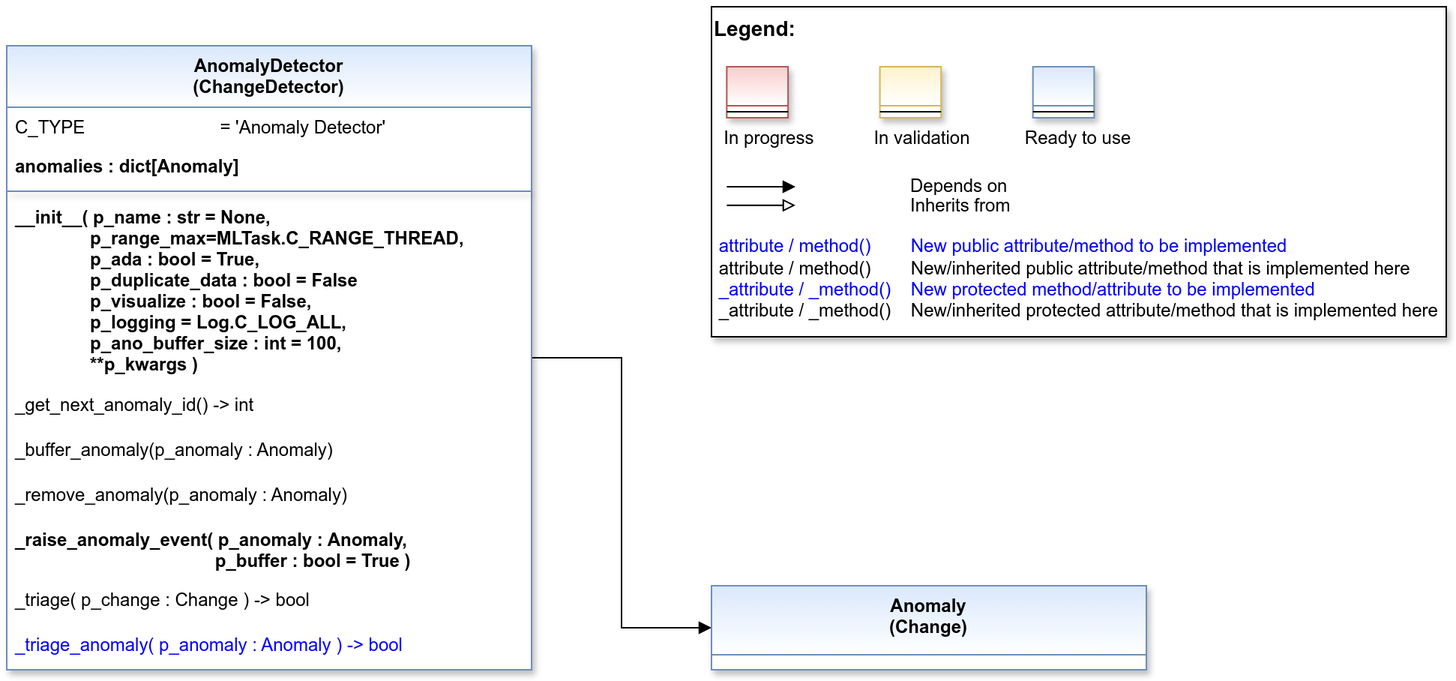
This is doc/rtd/content/99_appendices/appendix2/sub/mlpro_oa/streams/30_change_detection/10_anomaly_detection/images/MLPro-OA-Anomaly-Detectors_class_diagram.drawio.png from fhswf/MLPro, a draw.io export, as it was before one commit. Source tidied: cells renumbered, new cells last; positions are measured from the earlier drawing's top-left corner, leaving out a move shared by most shapes.
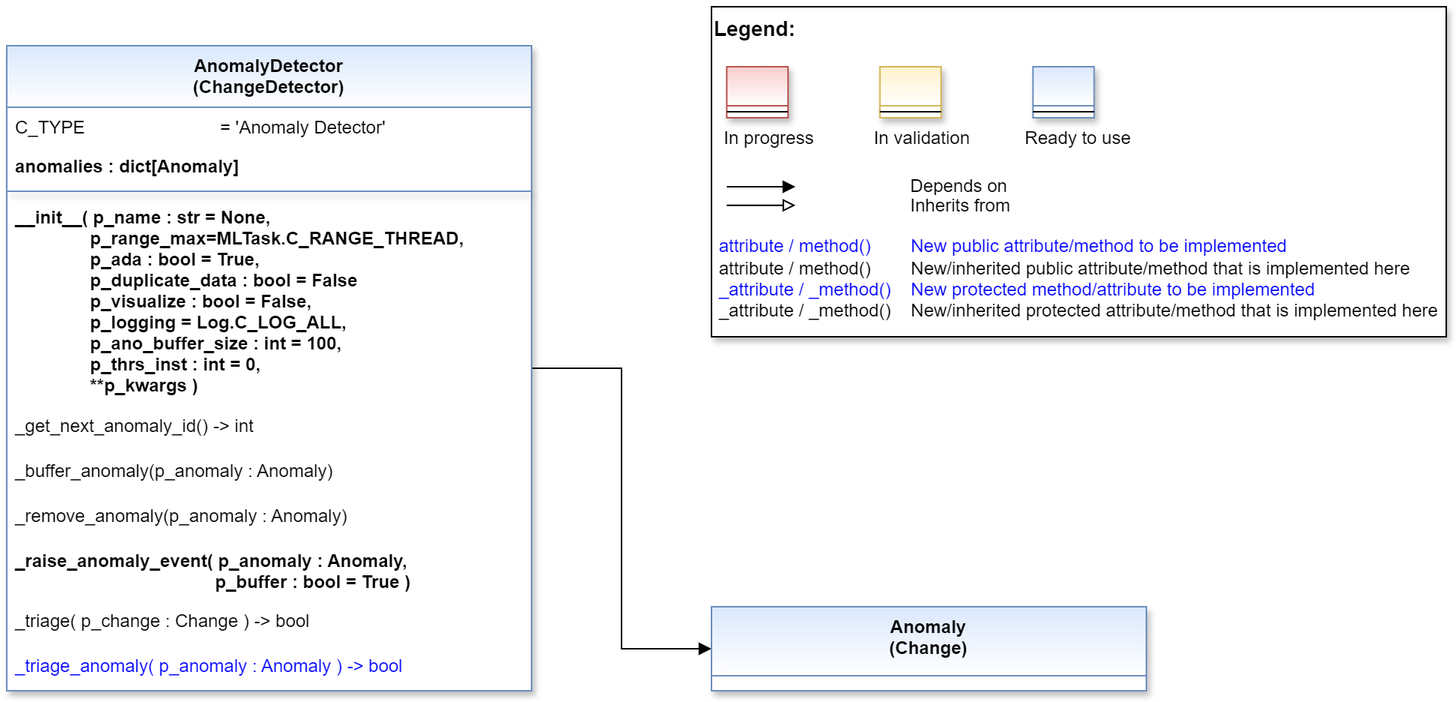
The same diagram one commit later.

Change to the diagram source:
```diff
@@ -47,7 +47,7 @@
       <mxGeometry relative="1" as="geometry" />
     </mxCell>
     <mxCell id="13" value="AnomalyDetector&#10;(ChangeDetector)" style="swimlane;align=center;verticalAlign=top;horizontal=1;startSize=41;rounded=0;shadow=1;strokeWidth=1;fillColor=#dae8fc;strokeColor=#6c8ebf;swimlaneFillColor=#ffffff;gradientColor=#FFFFFF;" parent="1" vertex="1">
-      <mxGeometry y="26" width="350" height="416" as="geometry" />
+      <mxGeometry y="26" width="350" height="430" as="geometry" />
     </mxCell>
     <mxCell id="14" value="C_TYPE                           = 'Anomaly Detector'" style="text;align=left;verticalAlign=top;spacingLeft=4;spacingRight=4;overflow=hidden;fontStyle=0;fontColor=default;" parent="13" vertex="1">
       <mxGeometry y="41" width="350" height="26" as="geometry" />
@@ -58,29 +58,29 @@
     <mxCell id="16" style="line;html=1;strokeWidth=1;align=center;verticalAlign=top;spacingTop=-1;spacingLeft=3;spacingRight=3;labelPosition=right;rounded=0;shadow=1;strokeColor=#6c8ebf;swimlaneFillColor=#ffffff;fontFamily=Helvetica;fontSize=12;fontColor=default;fontStyle=3;fillColor=#dae8fc;gradientColor=#ffffff;" parent="13" vertex="1">
       <mxGeometry y="93" width="350" height="8" as="geometry" />
     </mxCell>
-    <mxCell id="17" value="__init__( p_name : str = None,&#10;               p_range_max=MLTask.C_RANGE_THREAD,&#10;               p_ada : bool = True,&#10;               p_duplicate_data : bool = False&#10;               p_visualize : bool = False,&#10;               p_logging = Log.C_LOG_ALL,&#10;               p_ano_buffer_size : int = 100,&#10;               **p_kwargs )" style="text;align=left;verticalAlign=top;spacingLeft=4;spacingRight=4;overflow=hidden;fontStyle=1;" parent="13" vertex="1">
-      <mxGeometry y="101" width="350" height="125" as="geometry" />
+    <mxCell id="17" value="__init__( p_name : str = None,&#10;               p_range_max=MLTask.C_RANGE_THREAD,&#10;               p_ada : bool = True,&#10;               p_duplicate_data : bool = False&#10;               p_visualize : bool = False,&#10;               p_logging = Log.C_LOG_ALL,&#10;               p_ano_buffer_size : int = 100,&#10;               p_thrs_inst : int = 0,&#10;               **p_kwargs )" style="text;align=left;verticalAlign=top;spacingLeft=4;spacingRight=4;overflow=hidden;fontStyle=1;" parent="13" vertex="1">
+      <mxGeometry y="101" width="350" height="139" as="geometry" />
     </mxCell>
     <mxCell id="18" value="_get_next_anomaly_id() -&gt; int" style="text;align=left;verticalAlign=top;spacingLeft=4;spacingRight=4;overflow=hidden;shadow=1;" parent="13" vertex="1">
-      <mxGeometry y="226" width="350" height="30" as="geometry" />
+      <mxGeometry y="240" width="350" height="30" as="geometry" />
     </mxCell>
     <mxCell id="19" value="_buffer_anomaly(p_anomaly : Anomaly)" style="text;align=left;verticalAlign=top;spacingLeft=4;spacingRight=4;overflow=hidden;shadow=1;" parent="13" vertex="1">
-      <mxGeometry y="256" width="350" height="30" as="geometry" />
+      <mxGeometry y="270" width="350" height="30" as="geometry" />
     </mxCell>
     <mxCell id="20" value="_remove_anomaly(p_anomaly : Anomaly)" style="text;align=left;verticalAlign=top;spacingLeft=4;spacingRight=4;overflow=hidden;shadow=1;" parent="13" vertex="1">
-      <mxGeometry y="286" width="350" height="30" as="geometry" />
+      <mxGeometry y="300" width="350" height="30" as="geometry" />
     </mxCell>
     <mxCell id="21" value="_raise_anomaly_event( p_anomaly : Anomaly, &#10;                                        p_buffer : bool = True )" style="text;align=left;verticalAlign=top;spacingLeft=4;spacingRight=4;overflow=hidden;shadow=1;fontStyle=1;" parent="13" vertex="1">
-      <mxGeometry y="316" width="350" height="40" as="geometry" />
+      <mxGeometry y="330" width="350" height="40" as="geometry" />
     </mxCell>
     <mxCell id="22" value="_triage( p_change : Change ) -&gt; bool" style="text;align=left;verticalAlign=top;spacingLeft=4;spacingRight=4;overflow=hidden;shadow=1;" parent="13" vertex="1">
-      <mxGeometry y="356" width="350" height="30" as="geometry" />
+      <mxGeometry y="370" width="350" height="30" as="geometry" />
     </mxCell>
     <mxCell id="23" value="_triage_anomaly( p_anomaly : Anomaly ) -&gt; bool" style="text;align=left;verticalAlign=top;spacingLeft=4;spacingRight=4;overflow=hidden;shadow=1;fontColor=#0000FF;" parent="13" vertex="1">
-      <mxGeometry y="386" width="350" height="30" as="geometry" />
+      <mxGeometry y="400" width="350" height="30" as="geometry" />
     </mxCell>
     <mxCell id="24" value="Anomaly &#10;(Change)" style="swimlane;fontStyle=1;align=center;verticalAlign=top;horizontal=1;startSize=46;rounded=0;shadow=1;strokeWidth=1;fillColor=#dae8fc;strokeColor=#6c8ebf;swimlaneFillColor=#ffffff;fontFamily=Helvetica;fontSize=12;gradientColor=#FFFFFF;" parent="1" vertex="1">
-      <mxGeometry x="470" y="386" width="290" height="56" as="geometry" />
+      <mxGeometry x="470" y="400" width="290" height="56" as="geometry" />
     </mxCell>
   </root>
 </mxGraphModel>
```
